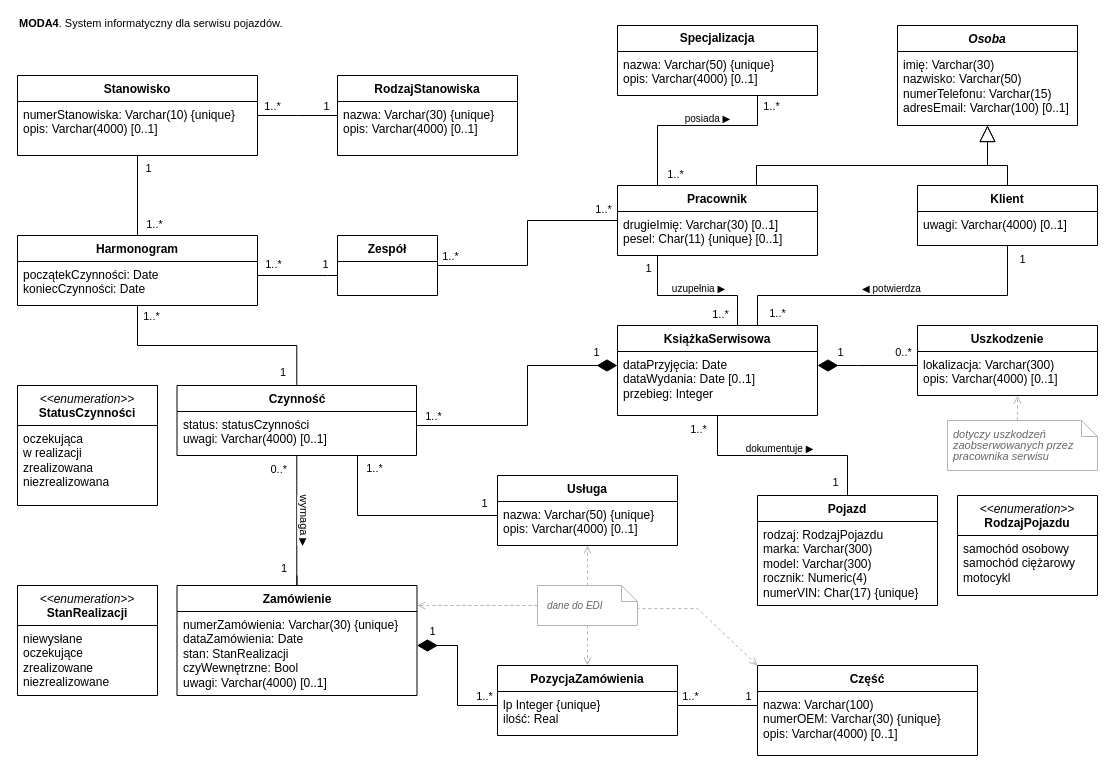
Above: moda_logiczny/drawio/MODA4_logiczny_p1.drawio in SSwiatlak/IT_SYSTEM_FOR_CAR_WORKSHOPS (draw.io), before the change. Source tidied: cells renumbered, new cells numbered last; positions are measured from the earlier drawing's top-left corner, leaving out a move shared by most shapes. Both pictures are drawn from the tidied source at 100%, with x=0, y=0 at pixel (17, 25).
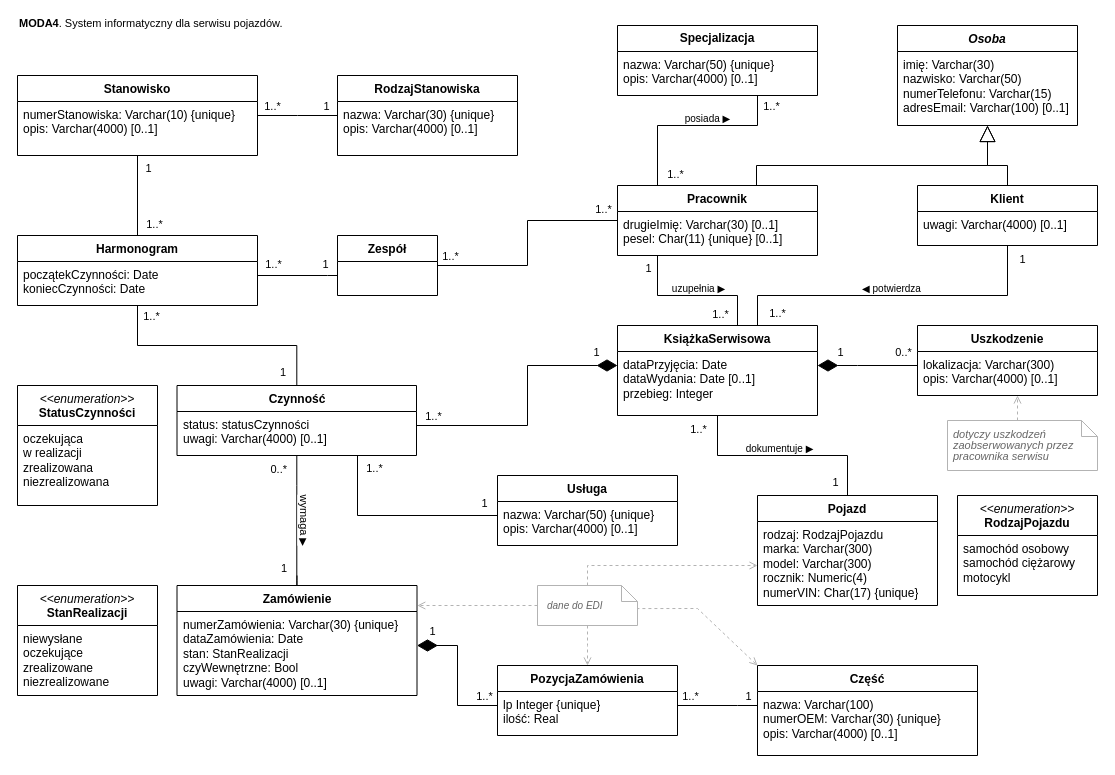
After the change.

Commit message (it also covers changes not shown here):
Model logiczny: zmiany wiz 3

Unchanged cells that the change refers to:
```xml
<mxCell id="2" style="group;" parent="1" vertex="1">
  <mxGeometry width="1080" height="730" as="geometry" />
</mxCell>
<mxCell id="11" value="Usługa" style="swimlane;fontStyle=1;align=center;verticalAlign=top;horizontal=1;startSize=26;whiteSpace=wrap;html=1;" parent="2" vertex="1">
  <mxGeometry x="480" y="450" width="180" height="70" as="geometry" />
</mxCell>
<mxCell id="46" value="&lt;span&gt;&lt;/span&gt;rodzaj: RodzajPojazdu&lt;br&gt;marka: Varchar(300)&lt;div&gt;model: Varchar(300)&lt;div&gt;rocznik: Numeric(4)&lt;div&gt;numerVIN:&amp;nbsp;&lt;span style=&quot;white-space-collapse: preserve;&quot;&gt;Char&lt;/span&gt;(17) {unique}&lt;/div&gt;&lt;/div&gt;&lt;/div&gt;" style="text;strokeColor=none;fillColor=none;align=left;verticalAlign=top;spacingLeft=4;spacingRight=4;overflow=hidden;points=[[0,0.5],[1,0.5]];portConstraint=eastwest;whiteSpace=wrap;html=1;" parent="45" vertex="1">
  <mxGeometry y="26" width="180" height="84" as="geometry" />
</mxCell>
<mxCell id="100" value="&lt;p style=&quot;line-height: 100%; font-size: 10px; padding-right: 4px; padding-left: 8px; padding-top: 0px;&quot;&gt;&lt;i&gt;dane do EDI&lt;/i&gt;&lt;/p&gt;" style="shape=note;size=16;whiteSpace=wrap;html=1;strokeColor=#B3B3B3;fontSize=11;fontColor=#666666;align=left;" parent="2" vertex="1">
  <mxGeometry x="520" y="560" width="100" height="40" as="geometry" />
</mxCell>
```

Diff of the diagram source:
```diff
@@
-    <mxCell id="98" style="edgeStyle=elbowEdgeStyle;shape=connector;rounded=0;jettySize=auto;html=1;dashed=1;strokeColor=#B3B3B3;align=center;verticalAlign=middle;fontFamily=Helvetica;fontSize=11;fontColor=default;labelBackgroundColor=default;endArrow=open;endFill=0;endSize=6;" parent="2" edge="1" source="100" target="11">
-      <mxGeometry relative="1" as="geometry" />
+    <mxCell id="98" style="edgeStyle=elbowEdgeStyle;shape=connector;rounded=0;jettySize=auto;html=1;dashed=1;strokeColor=#B3B3B3;align=center;verticalAlign=middle;fontFamily=Helvetica;fontSize=11;fontColor=default;labelBackgroundColor=default;endArrow=open;endFill=0;endSize=6;" parent="2" edge="1" source="100" target="46">
+      <mxGeometry relative="1" as="geometry">
+        <Array as="points">
+          <mxPoint x="570" y="540" />
+        </Array>
+      </mxGeometry>
     </mxCell>
```
